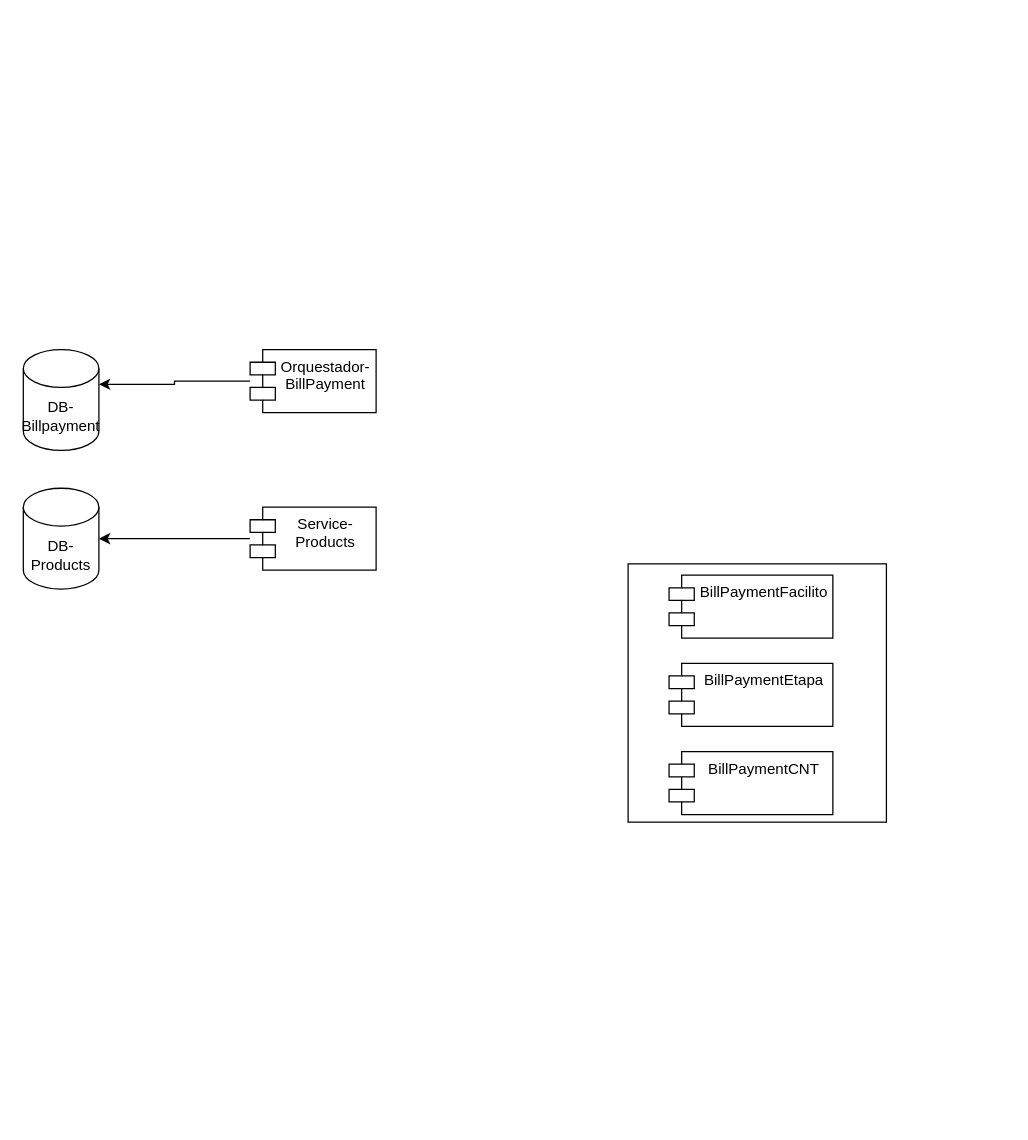
The draw.io diagram DISEÑO NEUVA APLICACION.drawio in eddisonlazo/diagramas, before the edit. Source tidied: cells renumbered, new cells numbered last; positions are measured from the earlier drawing's top-left corner, leaving out a move shared by most shapes. Both pictures are drawn from the tidied source at 126%, with x=0, y=0 at pixel (23, 349).
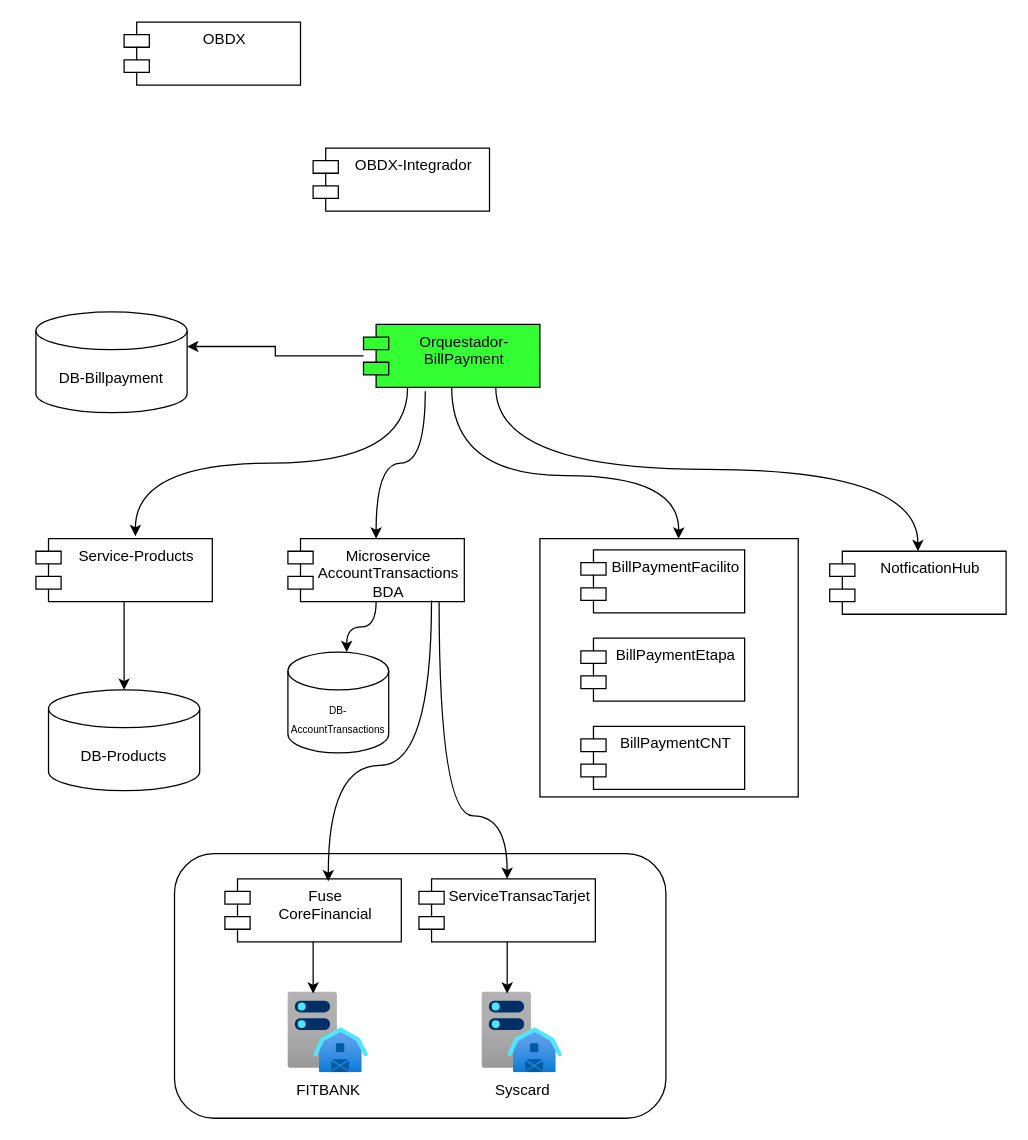
The same diagram, later.

What changed in the source:
```diff
@@
+    <mxCell id="13" style="edgeStyle=orthogonalEdgeStyle;rounded=0;jettySize=auto;html=1;curved=1;exitX=0.25;exitY=1;exitDx=0;exitDy=0;entryX=0.564;entryY=-0.04;entryDx=0;entryDy=0;entryPerimeter=0;" parent="1" edge="1" source="2" target="9">
+      <mxGeometry relative="1" as="geometry" />
+    </mxCell>
+    <mxCell id="14" style="edgeStyle=orthogonalEdgeStyle;rounded=0;jettySize=auto;html=1;entryX=0.5;entryY=0;entryDx=0;entryDy=0;exitX=0.35;exitY=1.06;exitDx=0;exitDy=0;curved=1;exitPerimeter=0;" parent="1" edge="1" source="2" target="15">
+      <mxGeometry relative="1" as="geometry" />
+    </mxCell>
-    <mxCell id="2" value="Orquestador-BillPayment" style="shape=module;align=left;spacingLeft=20;align=center;verticalAlign=top;whiteSpace=wrap;html=1;" parent="1" vertex="1">
-      <mxGeometry x="180" width="100" height="50" as="geometry" />
+    <mxCell id="2" value="Orquestador-BillPayment" style="shape=module;align=left;spacingLeft=20;align=center;verticalAlign=top;whiteSpace=wrap;html=1;fillColor=light-dark(#33FF33,var(--ge-dark-color, #121212));" parent="1" vertex="1">
+      <mxGeometry x="270" y="-20" width="140" height="50" as="geometry" />
     </mxCell>
     <mxCell id="3" value="DB-Billpayment" style="shape=cylinder3;whiteSpace=wrap;html=1;boundedLbl=1;backgroundOutline=1;size=15;" parent="1" vertex="1">
-      <mxGeometry width="60" height="80" as="geometry" />
+      <mxGeometry x="10" y="-30" width="120" height="80" as="geometry" />
     </mxCell>
     <mxCell id="4" style="group;" parent="1" vertex="1">
-      <mxGeometry x="480" y="170" width="205" height="205" as="geometry" />
+      <mxGeometry x="410" y="150" width="205" height="205" as="geometry" />
     </mxCell>
@@
     <mxCell id="9" value="Service-Products" style="shape=module;align=left;spacingLeft=20;align=center;verticalAlign=top;whiteSpace=wrap;html=1;" parent="1" vertex="1">
-      <mxGeometry x="180" y="125" width="100" height="50" as="geometry" />
+      <mxGeometry x="10" y="150" width="140" height="50" as="geometry" />
     </mxCell>
     <mxCell id="10" value="DB-Products" style="shape=cylinder3;whiteSpace=wrap;html=1;boundedLbl=1;backgroundOutline=1;size=15;" parent="1" vertex="1">
-      <mxGeometry y="110" width="60" height="80" as="geometry" />
+      <mxGeometry x="20" y="270" width="120" height="80" as="geometry" />
     </mxCell>
-    <mxCell id="11" style="edgeStyle=orthogonalEdgeStyle;rounded=0;jettySize=auto;html=1;entryX=1;entryY=0.5;entryDx=0;entryDy=0;entryPerimeter=0;" parent="1" edge="1" source="9" target="10">
+    <mxCell id="11" style="edgeStyle=orthogonalEdgeStyle;rounded=0;jettySize=auto;html=1;curved=1;" parent="1" edge="1" source="9" target="10">
       <mxGeometry relative="1" as="geometry" />
     </mxCell>
@@
+    <mxCell id="15" value="Microservice&lt;br style=&quot;border-color: var(--border-color);&quot;&gt;AccountTransactions&lt;div&gt;BDA&lt;/div&gt;" style="shape=module;align=left;spacingLeft=20;align=center;verticalAlign=top;whiteSpace=wrap;html=1;" parent="1" vertex="1">
+      <mxGeometry x="210" y="150" width="140" height="50" as="geometry" />
+    </mxCell>
+    <mxCell id="16" value="&lt;font style=&quot;font-size: 8px;&quot;&gt;DB-AccountTransactions&lt;/font&gt;" style="shape=cylinder3;whiteSpace=wrap;html=1;boundedLbl=1;backgroundOutline=1;size=15;" parent="1" vertex="1">
+      <mxGeometry x="210" y="240" width="80" height="80" as="geometry" />
+    </mxCell>
+    <mxCell id="17" style="edgeStyle=orthogonalEdgeStyle;rounded=0;jettySize=auto;html=1;entryX=0.583;entryY=0;entryDx=0;entryDy=0;entryPerimeter=0;curved=1;" parent="1" edge="1" source="15" target="16">
+      <mxGeometry relative="1" as="geometry" />
+    </mxCell>
+    <mxCell id="18" style="edgeStyle=orthogonalEdgeStyle;rounded=0;jettySize=auto;html=1;curved=1;exitX=0.5;exitY=1;exitDx=0;exitDy=0;" parent="1" edge="1" source="2">
+      <mxGeometry relative="1" as="geometry">
+        <mxPoint x="520" y="150" as="targetPoint" />
+        <Array as="points">
+          <mxPoint x="340" y="100" />
+          <mxPoint x="521" y="100" />
+        </Array>
+      </mxGeometry>
+    </mxCell>
+    <mxCell id="19" value="NotficationHub" style="shape=module;align=left;spacingLeft=20;align=center;verticalAlign=top;whiteSpace=wrap;html=1;" parent="1" vertex="1">
+      <mxGeometry x="640" y="160" width="140" height="50" as="geometry" />
+    </mxCell>
+    <mxCell id="20" style="edgeStyle=orthogonalEdgeStyle;rounded=0;jettySize=auto;html=1;entryX=0.5;entryY=0;entryDx=0;entryDy=0;curved=1;exitX=0.75;exitY=1;exitDx=0;exitDy=0;" parent="1" edge="1" source="2" target="19">
+      <mxGeometry relative="1" as="geometry" />
+    </mxCell>
+    <mxCell id="21" style="group;" parent="1" vertex="1">
+      <mxGeometry x="120" y="400" width="390" height="210" as="geometry" />
+    </mxCell>
+    <mxCell id="22" style="rounded=1;whiteSpace=wrap;html=1;" parent="21" vertex="1">
+      <mxGeometry width="390" height="210" as="geometry" />
+    </mxCell>
+    <mxCell id="23" value="FITBANK" style="html=1;points=[];align=center;image;fontSize=12;image=img/lib/azure2/general/Server_Farm.svg;" parent="21" vertex="1">
+      <mxGeometry x="90" y="110" width="64" height="64" as="geometry" />
+    </mxCell>
+    <mxCell id="24" value="Fuse&lt;br&gt;CoreFinancial" style="shape=module;align=left;spacingLeft=20;align=center;verticalAlign=top;whiteSpace=wrap;html=1;" parent="21" vertex="1">
+      <mxGeometry x="40" y="20" width="140" height="50" as="geometry" />
+    </mxCell>
+    <mxCell id="25" style="edgeStyle=orthogonalEdgeStyle;rounded=0;jettySize=auto;html=1;entryX=0.313;entryY=0.016;entryDx=0;entryDy=0;entryPerimeter=0;" parent="21" edge="1" source="24" target="23">
+      <mxGeometry relative="1" as="geometry" />
+    </mxCell>
+    <mxCell id="26" value="Syscard" style="html=1;points=[];align=center;image;fontSize=12;image=img/lib/azure2/general/Server_Farm.svg;" parent="21" vertex="1">
+      <mxGeometry x="244" y="110" width="64" height="64" as="geometry" />
+    </mxCell>
+    <mxCell id="27" value="ServiceTransacTarjet" style="shape=module;align=left;spacingLeft=20;align=center;verticalAlign=top;whiteSpace=wrap;html=1;" parent="21" vertex="1">
+      <mxGeometry x="194" y="20" width="140" height="50" as="geometry" />
+    </mxCell>
+    <mxCell id="28" style="edgeStyle=orthogonalEdgeStyle;rounded=0;jettySize=auto;html=1;entryX=0.313;entryY=0.016;entryDx=0;entryDy=0;entryPerimeter=0;" parent="21" edge="1" source="27" target="26">
+      <mxGeometry relative="1" as="geometry" />
+    </mxCell>
+    <mxCell id="29" style="edgeStyle=orthogonalEdgeStyle;rounded=0;jettySize=auto;html=1;entryX=0.586;entryY=0.04;entryDx=0;entryDy=0;curved=1;exitX=0.814;exitY=0.98;exitDx=0;exitDy=0;exitPerimeter=0;entryPerimeter=0;" parent="1" edge="1" source="15" target="24">
+      <mxGeometry relative="1" as="geometry">
+        <Array as="points">
+          <mxPoint x="324" y="330" />
+          <mxPoint x="242" y="330" />
+        </Array>
+      </mxGeometry>
+    </mxCell>
+    <mxCell id="30" style="edgeStyle=orthogonalEdgeStyle;rounded=0;jettySize=auto;html=1;curved=1;entryX=0.5;entryY=0;entryDx=0;entryDy=0;" parent="1" edge="1" source="15" target="27">
+      <mxGeometry relative="1" as="geometry">
+        <Array as="points">
+          <mxPoint x="330" y="370" />
+          <mxPoint x="384" y="370" />
+        </Array>
+      </mxGeometry>
+    </mxCell>
+    <mxCell id="31" value="OBDX" style="shape=module;align=left;spacingLeft=20;align=center;verticalAlign=top;whiteSpace=wrap;html=1;" parent="1" vertex="1">
+      <mxGeometry x="80" y="-260" width="140" height="50" as="geometry" />
+    </mxCell>
+    <mxCell id="32" value="OBDX-Integrador" style="shape=module;align=left;spacingLeft=20;align=center;verticalAlign=top;whiteSpace=wrap;html=1;" parent="1" vertex="1">
+      <mxGeometry x="230" y="-160" width="140" height="50" as="geometry" />
+    </mxCell>
```
